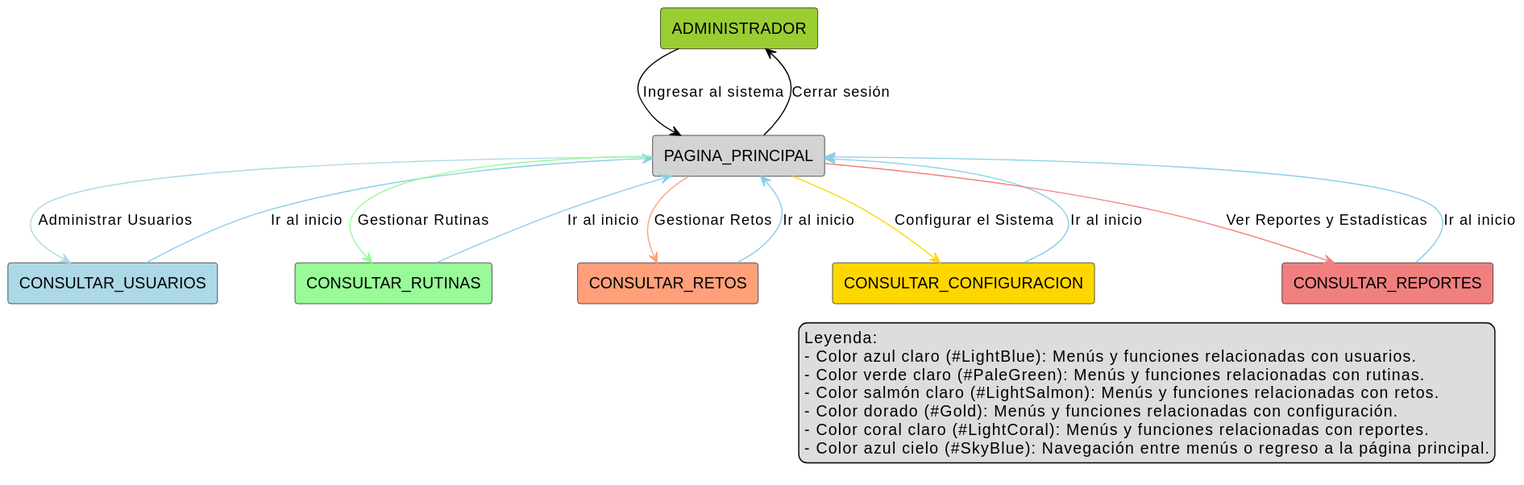
Before: Documentos/Imagenes/DiagramasContexto/DiagramasDeContextoAdministrador/AdministradorContexto.svg, a diagram exported from PlantUML (mmasias/24-25-IdSw1-SDR).
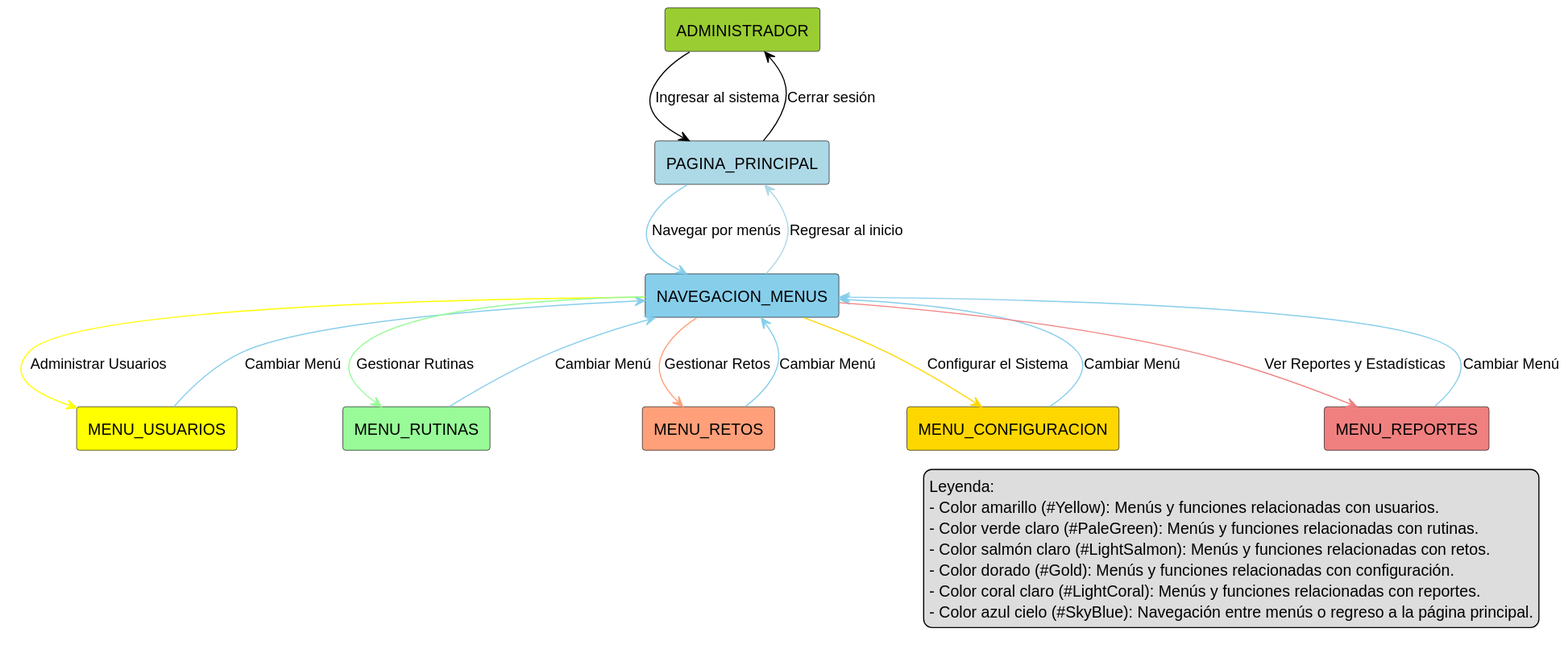
After the change.

Diff of the diagram source:
```diff
@@ -1,7 +1,8 @@
 @startuml
 !define RECTANGLE(x) rectangle x
 
-!define COLOR_USUARIOS #LightBlue
+!define COLOR_  PAGINAPRINCIPAL #LightBlue
+!define COLOR_USUARIOS #Yellow
 !define COLOR_RUTINAS #PaleGreen
 !define COLOR_RETOS #LightSalmon
 !define COLOR_CONFIGURACION #Gold
@@ -9,36 +10,41 @@
 !define COLOR_NAVEGACION #SkyBlue
 
 RECTANGLE(ADMINISTRADOR) #YellowGreen
-RECTANGLE(PAGINA_PRINCIPAL) #LightGray
-
-RECTANGLE(CONSULTAR_USUARIOS) #LightBlue
-RECTANGLE(CONSULTAR_RUTINAS) #PaleGreen
-RECTANGLE(CONSULTAR_RETOS) #LightSalmon
-RECTANGLE(CONSULTAR_CONFIGURACION) #Gold
-RECTANGLE(CONSULTAR_REPORTES) #LightCoral
+RECTANGLE(PAGINA_PRINCIPAL) #LightBlue
+RECTANGLE(NAVEGACION_MENUS) #SkyBlue
+RECTANGLE(MENU_USUARIOS) #Yellow
+RECTANGLE(MENU_RUTINAS) #PaleGreen
+RECTANGLE(MENU_RETOS) #LightSalmon
+RECTANGLE(MENU_CONFIGURACION) #Gold
+RECTANGLE(MENU_REPORTES) #LightCoral
 
 ADMINISTRADOR -[#Black]-> PAGINA_PRINCIPAL : Ingresar al sistema
 PAGINA_PRINCIPAL -[#Black]-> ADMINISTRADOR : Cerrar sesión
 
-PAGINA_PRINCIPAL -[#LightBlue]-> CONSULTAR_USUARIOS : Administrar Usuarios
-CONSULTAR_USUARIOS -[#SkyBlue]-> PAGINA_PRINCIPAL : Ir al inicio
+PAGINA_PRINCIPAL -[#SkyBlue]-> NAVEGACION_MENUS : Navegar por menús
+NAVEGACION_MENUS -[#LightBlue]-> PAGINA_PRINCIPAL : Regresar al inicio
 
-PAGINA_PRINCIPAL -[#PaleGreen]-> CONSULTAR_RUTINAS : Gestionar Rutinas
-CONSULTAR_RUTINAS -[#SkyBlue]-> PAGINA_PRINCIPAL : Ir al inicio
 
-PAGINA_PRINCIPAL -[#LightSalmon]-> CONSULTAR_RETOS : Gestionar Retos
-CONSULTAR_RETOS -[#SkyBlue]-> PAGINA_PRINCIPAL : Ir al inicio
 
-PAGINA_PRINCIPAL -[#Gold]-> CONSULTAR_CONFIGURACION : Configurar el Sistema
-CONSULTAR_CONFIGURACION -[#SkyBlue]-> PAGINA_PRINCIPAL : Ir al inicio
+NAVEGACION_MENUS -[#Yellow]-> MENU_USUARIOS : Administrar Usuarios
+MENU_USUARIOS -[#SkyBlue]-> NAVEGACION_MENUS : Cambiar Menú
 
-PAGINA_PRINCIPAL -[#LightCoral]-> CONSULTAR_REPORTES : Ver Reportes y Estadísticas
-CONSULTAR_REPORTES -[#SkyBlue]-> PAGINA_PRINCIPAL : Ir al inicio
+NAVEGACION_MENUS -[#PaleGreen]-> MENU_RUTINAS : Gestionar Rutinas
+MENU_RUTINAS -[#SkyBlue]-> NAVEGACION_MENUS : Cambiar Menú
+
+NAVEGACION_MENUS -[#LightSalmon]-> MENU_RETOS : Gestionar Retos
+MENU_RETOS -[#SkyBlue]-> NAVEGACION_MENUS : Cambiar Menú
+
+NAVEGACION_MENUS -[#Gold]-> MENU_CONFIGURACION : Configurar el Sistema
+MENU_CONFIGURACION -[#SkyBlue]-> NAVEGACION_MENUS : Cambiar Menú
+
+NAVEGACION_MENUS -[#LightCoral]-> MENU_REPORTES : Ver Reportes y Estadísticas
+MENU_REPORTES -[#SkyBlue]-> NAVEGACION_MENUS : Cambiar Menú
 
 
 legend right
   Leyenda:
-  - Color azul claro (COLOR_USUARIOS): Menús y funciones relacionadas con usuarios.
+  - Color amarillo (COLOR_USUARIOS): Menús y funciones relacionadas con usuarios.
   - Color verde claro (COLOR_RUTINAS): Menús y funciones relacionadas con rutinas.
   - Color salmón claro (COLOR_RETOS): Menús y funciones relacionadas con retos.
   - Color dorado (COLOR_CONFIGURACION): Menús y funciones relacionadas con configuración.
```
